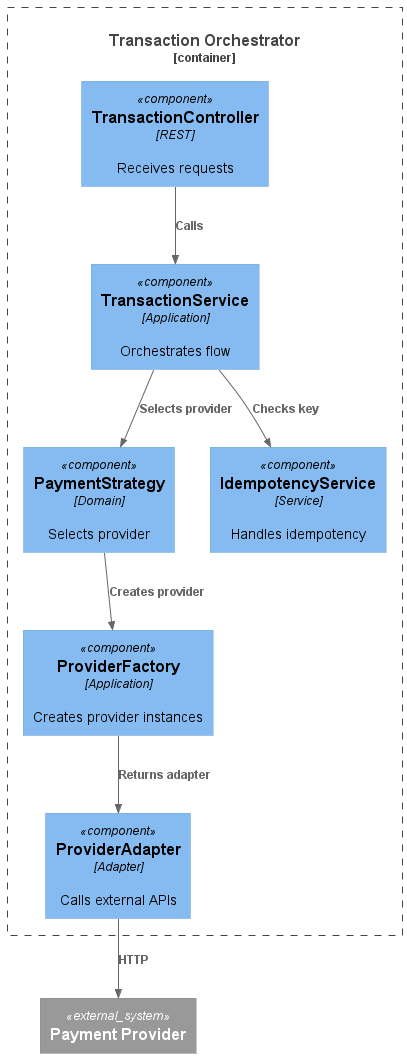
Before: docs/diagrams/3_component.png, a diagram exported from PlantUML (srdejo/transaction-orchestrator). The source it was exported from:
```plantuml
@startuml
!include https://raw.githubusercontent.com/plantuml-stdlib/C4-PlantUML/master/C4_Component.puml

Container_Boundary(api, "Transaction Orchestrator") {

Component(controller, "TransactionController", "REST", "Receives requests")
Component(service, "TransactionService", "Application", "Orchestrates flow")
Component(strategy, "PaymentStrategy", "Domain", "Selects provider")
Component(factory, "ProviderFactory", "Application", "Creates provider instances")

Component(providerAdapter, "ProviderAdapter", "Adapter", "Calls external APIs")
Component(idempotency, "IdempotencyService", "Service", "Handles idempotency")

}

System_Ext(provider, "Payment Provider")

Rel(controller, service, "Calls")
Rel(service, idempotency, "Checks key")
Rel(service, strategy, "Selects provider")
Rel(strategy, factory, "Creates provider")
Rel(factory, providerAdapter, "Returns adapter")
Rel(providerAdapter, provider, "HTTP")

@enduml
```
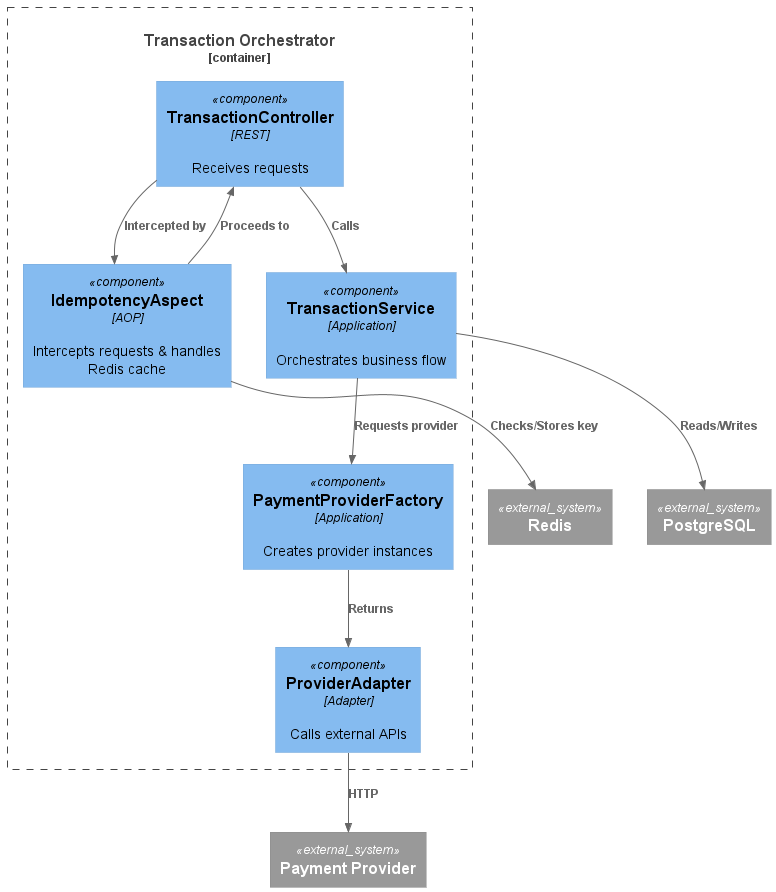
Later version of the same file.

Diff of the diagram source:
```diff
@@ -3,23 +3,25 @@
 
 Container_Boundary(api, "Transaction Orchestrator") {
 
-Component(controller, "TransactionController", "REST", "Receives requests")
-Component(service, "TransactionService", "Application", "Orchestrates flow")
-Component(strategy, "PaymentStrategy", "Domain", "Selects provider")
-Component(factory, "ProviderFactory", "Application", "Creates provider instances")
-
-Component(providerAdapter, "ProviderAdapter", "Adapter", "Calls external APIs")
-Component(idempotency, "IdempotencyService", "Service", "Handles idempotency")
+    Component(controller, "TransactionController", "REST", "Receives requests")
+    Component(aspect, "IdempotencyAspect", "AOP", "Intercepts requests & handles Redis cache")
+    Component(service, "TransactionService", "Application", "Orchestrates business flow")
+    Component(factory, "PaymentProviderFactory", "Application", "Creates provider instances")
+    Component(adapter, "ProviderAdapter", "Adapter", "Calls external APIs")
 
 }
 
 System_Ext(provider, "Payment Provider")
+System_Ext(redis, "Redis")
+System_Ext(db, "PostgreSQL")
 
+Rel(controller, aspect, "Intercepted by")
+Rel(aspect, redis, "Checks/Stores key")
+Rel(aspect, controller, "Proceeds to")
 Rel(controller, service, "Calls")
-Rel(service, idempotency, "Checks key")
-Rel(service, strategy, "Selects provider")
-Rel(strategy, factory, "Creates provider")
-Rel(factory, providerAdapter, "Returns adapter")
-Rel(providerAdapter, provider, "HTTP")
+Rel(service, db, "Reads/Writes")
+Rel(service, factory, "Requests provider")
+Rel(factory, adapter, "Returns")
+Rel(adapter, provider, "HTTP")
 
 @enduml
```
